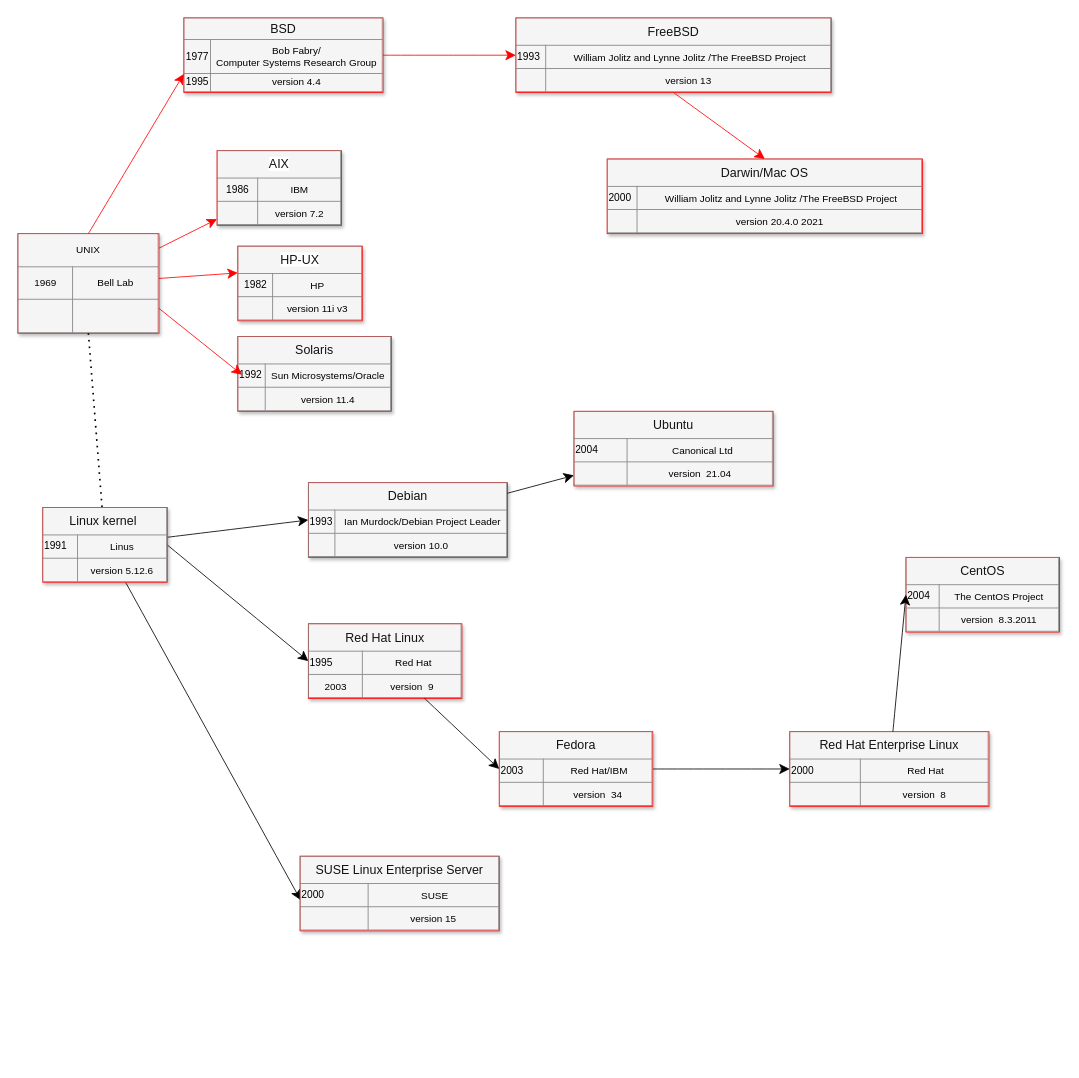
metalbreeze/nixHistory keeps this draw.io diagram as nix history.drawio. Above is the earlier version. Source tidied: cells renumbered, new cells numbered last; positions are measured from the earlier drawing's top-left corner, leaving out a move shared by most shapes. Both pictures are drawn from the tidied source at 83%, with x=0, y=0 at pixel (17, 17).
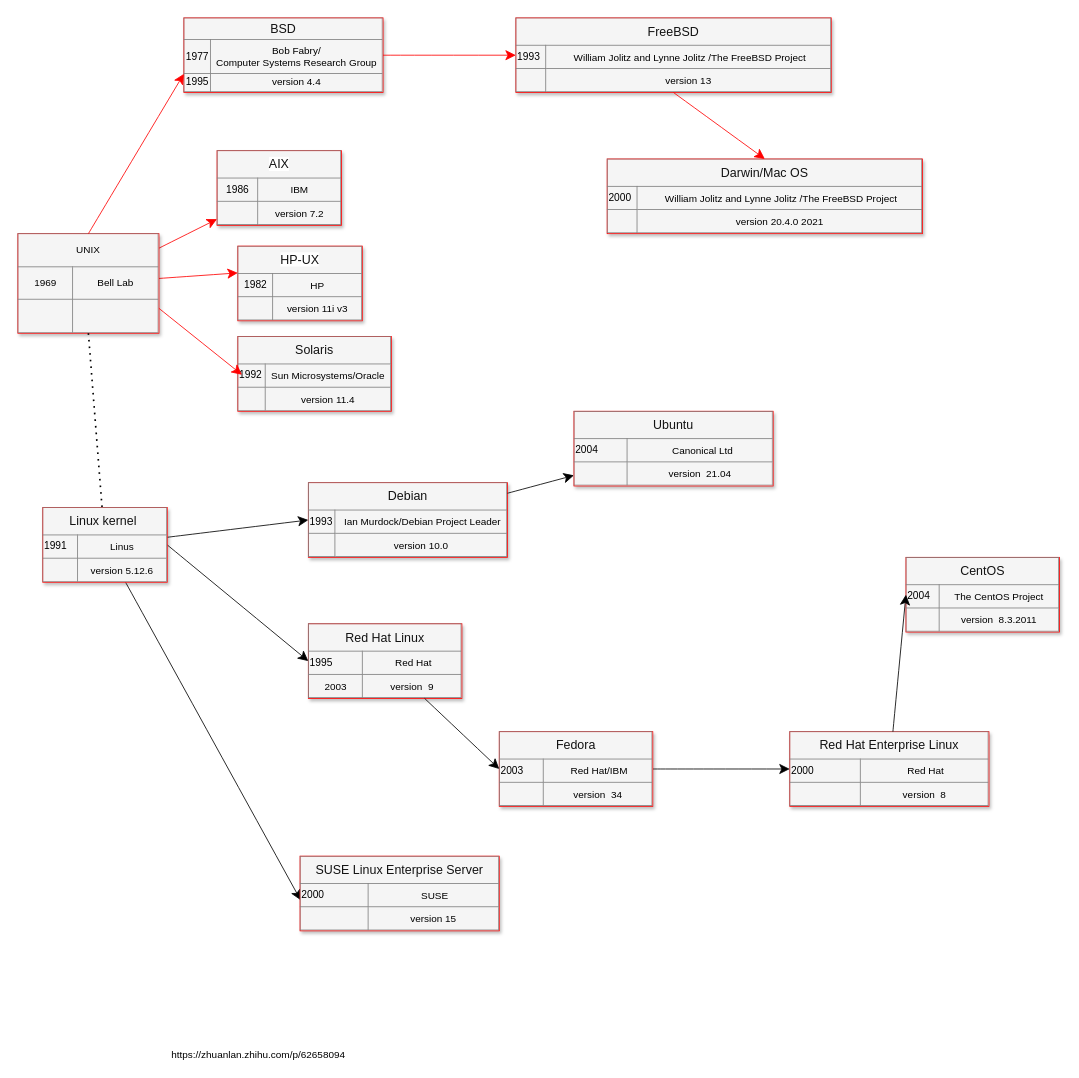
Above is the later version.

What changed in the source:
```diff
@@
+    <mxCell id="32" value="https://zhuanlan.zhihu.com/p/62658094" style="text;html=1;strokeColor=none;fillColor=none;align=center;verticalAlign=middle;whiteSpace=wrap;rounded=0;" parent="1" vertex="1">
+      <mxGeometry x="140" y="1240" width="300" height="20" as="geometry" />
+    </mxCell>
```
